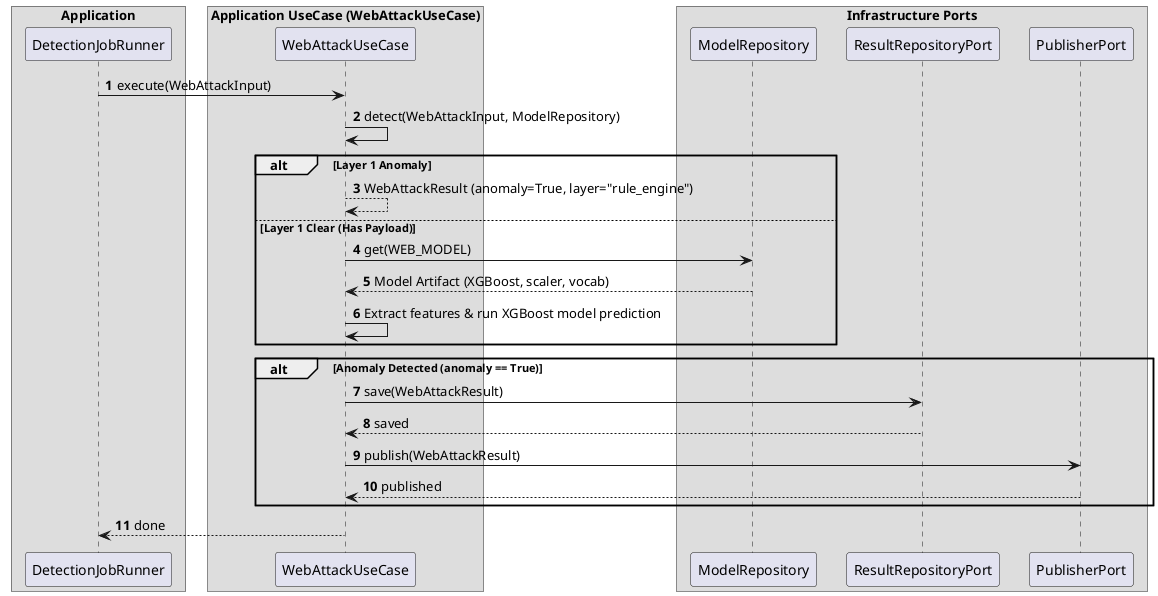
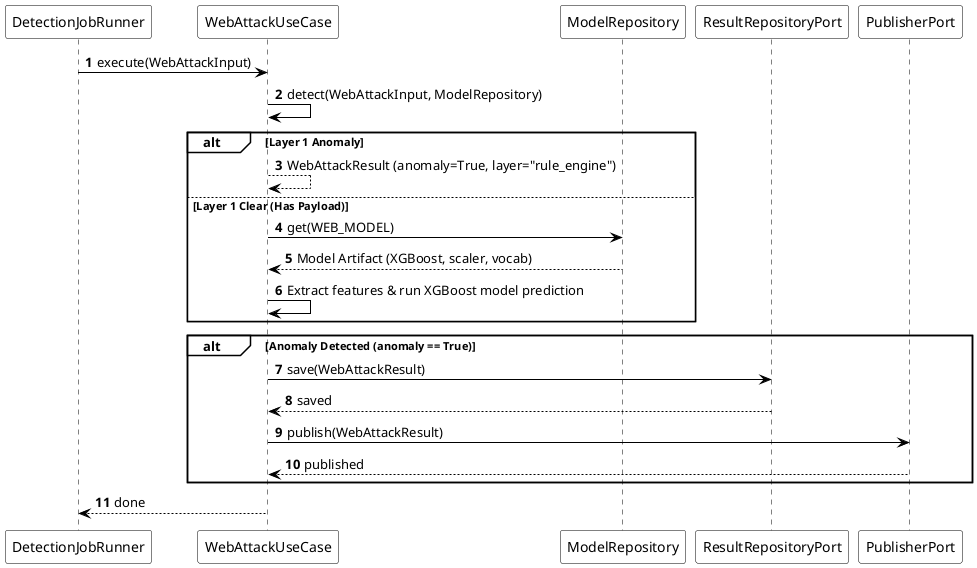
@startuml sequence-web-attack-uc3
autonumber
- skinparam BoxPadding 10
- skinparam ParticipantPadding 10
+ <style>
+ root {
+   BackgroundColor white
+   LineColor black
+   FontColor black
+ }
+ sequenceDiagram {
+   participant {
+     Padding 10
+   }
+ }
+ </style>

- box "Application"
participant "DetectionJobRunner" as Runner
- end box
- 
- box "Application UseCase (WebAttackUseCase)"
participant "WebAttackUseCase" as UseCase
- end box
- 
- box "Infrastructure Ports"
participant "ModelRepository" as ModelStore
participant "ResultRepositoryPort" as ResultRepo
participant "PublisherPort" as Publisher
- end box

Runner -> UseCase : execute(WebAttackInput)
UseCase -> UseCase : detect(WebAttackInput, ModelRepository)

alt Layer 1 Anomaly
    UseCase --> UseCase : WebAttackResult (anomaly=True, layer="rule_engine")
else Layer 1 Clear (Has Payload)
    UseCase -> ModelStore : get(WEB_MODEL)
    ModelStore --> UseCase : Model Artifact (XGBoost, scaler, vocab)
    UseCase -> UseCase : Extract features & run XGBoost model prediction
end

alt Anomaly Detected (anomaly == True)
    UseCase -> ResultRepo : save(WebAttackResult)
    ResultRepo --> UseCase : saved
    UseCase -> Publisher : publish(WebAttackResult)
    Publisher --> UseCase : published
end
UseCase --> Runner : done

@enduml
